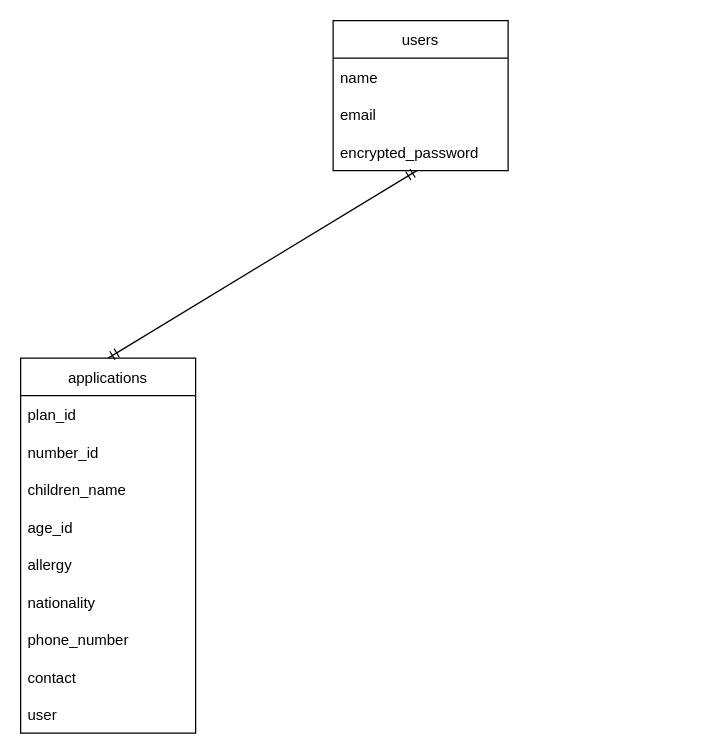
Earlier version of the draw.io diagram test.dio (riku79264/childcare-japan2022). Source tidied: cells renumbered, new cells numbered last; positions are measured from the earlier drawing's top-left corner, leaving out a move shared by most shapes. Both pictures are drawn from the tidied source at 125%, with x=0, y=0 at pixel (20, 20).
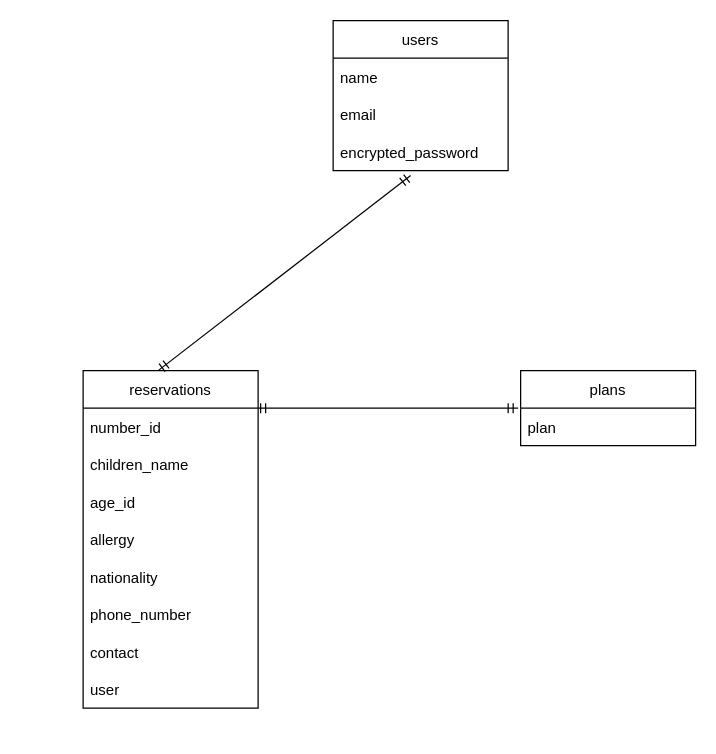
After the change.

Commit message (it also covers changes not shown here):
テーブル変更

Unchanged cells that the change refers to:
```xml
<mxCell id="5" value="encrypted_password" style="text;strokeColor=none;fillColor=none;align=left;verticalAlign=middle;spacingLeft=4;spacingRight=4;overflow=hidden;points=[[0,0.5],[1,0.5]];portConstraint=eastwest;rounded=0;" parent="2" vertex="1">
  <mxGeometry y="90" width="140" height="30" as="geometry" />
</mxCell>
```

Change to the diagram source:
```diff
@@
-    <mxCell id="6" value="applications" style="swimlane;fontStyle=0;horizontal=1;startSize=30;rounded=0;" parent="1" vertex="1">
-      <mxGeometry y="270" width="140" height="300" as="geometry" />
+    <mxCell id="6" value="reservations" style="swimlane;fontStyle=0;horizontal=1;startSize=30;rounded=0;" parent="1" vertex="1">
+      <mxGeometry x="50" y="280" width="140" height="270" as="geometry" />
     </mxCell>
-    <mxCell id="7" value="plan_id" style="text;strokeColor=none;fillColor=none;align=left;verticalAlign=middle;spacingLeft=4;spacingRight=4;overflow=hidden;rounded=0;" parent="6" vertex="1">
-      <mxGeometry y="30" width="140" height="30" as="geometry" />
-    </mxCell>
     <mxCell id="8" value="number_id" style="text;strokeColor=none;fillColor=none;align=left;verticalAlign=middle;spacingLeft=4;spacingRight=4;overflow=hidden;rounded=0;" parent="6" vertex="1">
-      <mxGeometry y="60" width="140" height="30" as="geometry" />
+      <mxGeometry y="30" width="140" height="30" as="geometry" />
     </mxCell>
     <mxCell id="9" value="children_name" style="text;strokeColor=none;fillColor=none;align=left;verticalAlign=middle;spacingLeft=4;spacingRight=4;overflow=hidden;rounded=0;" parent="6" vertex="1">
-      <mxGeometry y="90" width="140" height="30" as="geometry" />
+      <mxGeometry y="60" width="140" height="30" as="geometry" />
     </mxCell>
     <mxCell id="10" value="age_id" style="text;strokeColor=none;fillColor=none;align=left;verticalAlign=middle;spacingLeft=4;spacingRight=4;overflow=hidden;rounded=0;" parent="6" vertex="1">
-      <mxGeometry y="120" width="140" height="30" as="geometry" />
+      <mxGeometry y="90" width="140" height="30" as="geometry" />
     </mxCell>
     <mxCell id="11" value="allergy" style="text;strokeColor=none;fillColor=none;align=left;verticalAlign=middle;spacingLeft=4;spacingRight=4;overflow=hidden;rounded=0;" parent="6" vertex="1">
-      <mxGeometry y="150" width="140" height="30" as="geometry" />
+      <mxGeometry y="120" width="140" height="30" as="geometry" />
     </mxCell>
     <mxCell id="12" value="nationality" style="text;strokeColor=none;fillColor=none;align=left;verticalAlign=middle;spacingLeft=4;spacingRight=4;overflow=hidden;rounded=0;" parent="6" vertex="1">
-      <mxGeometry y="180" width="140" height="30" as="geometry" />
+      <mxGeometry y="150" width="140" height="30" as="geometry" />
     </mxCell>
     <mxCell id="13" value="phone_number" style="text;strokeColor=none;fillColor=none;align=left;verticalAlign=middle;spacingLeft=4;spacingRight=4;overflow=hidden;rounded=0;" parent="6" vertex="1">
-      <mxGeometry y="210" width="140" height="30" as="geometry" />
+      <mxGeometry y="180" width="140" height="30" as="geometry" />
     </mxCell>
     <mxCell id="14" value="contact" style="text;strokeColor=none;fillColor=none;align=left;verticalAlign=middle;spacingLeft=4;spacingRight=4;overflow=hidden;rounded=0;" parent="6" vertex="1">
-      <mxGeometry y="240" width="140" height="30" as="geometry" />
+      <mxGeometry y="210" width="140" height="30" as="geometry" />
     </mxCell>
     <mxCell id="15" value="user" style="text;strokeColor=none;fillColor=none;align=left;verticalAlign=middle;spacingLeft=4;spacingRight=4;overflow=hidden;rounded=0;" parent="6" vertex="1">
-      <mxGeometry y="270" width="140" height="30" as="geometry" />
+      <mxGeometry y="240" width="140" height="30" as="geometry" />
     </mxCell>
-    <mxCell id="16" style="fontSize=12;html=1;endArrow=ERmandOne;startArrow=ERmandOne;strokeColor=default;rounded=0;exitX=0.5;exitY=0;exitDx=0;exitDy=0;" parent="1" edge="1">
+    <mxCell id="16" style="fontSize=12;html=1;endArrow=ERmandOne;startArrow=ERmandOne;strokeColor=default;rounded=0;exitX=0.5;exitY=0;exitDx=0;exitDy=0;entryX=0.443;entryY=1.133;entryDx=0;entryDy=0;entryPerimeter=0;" parent="1" edge="1" target="5">
       <mxGeometry relative="1" as="geometry">
-        <mxPoint x="70" y="270" as="sourcePoint" />
-        <mxPoint x="317" y="120" as="targetPoint" />
+        <mxPoint x="110" y="280" as="sourcePoint" />
       </mxGeometry>
     </mxCell>
+    <mxCell id="17" value="plans" style="swimlane;fontStyle=0;horizontal=1;startSize=30;rounded=0;" parent="1" vertex="1">
+      <mxGeometry x="400" y="280" width="140" height="60" as="geometry" />
+    </mxCell>
+    <mxCell id="18" value="plan" style="text;strokeColor=none;fillColor=none;align=left;verticalAlign=middle;spacingLeft=4;spacingRight=4;overflow=hidden;points=[[0,0.5],[1,0.5]];portConstraint=eastwest;rounded=0;" parent="17" vertex="1">
+      <mxGeometry y="30" width="140" height="30" as="geometry" />
+    </mxCell>
+    <mxCell id="19" style="fontSize=12;html=1;endArrow=ERmandOne;startArrow=ERmandOne;strokeColor=default;rounded=0;entryX=-0.014;entryY=0;entryDx=0;entryDy=0;entryPerimeter=0;" parent="1" edge="1" target="18">
+      <mxGeometry relative="1" as="geometry">
+        <mxPoint x="200" y="310" as="sourcePoint" />
+        <Array as="points">
+          <mxPoint x="190" y="310" />
+        </Array>
+      </mxGeometry>
+    </mxCell>
```
